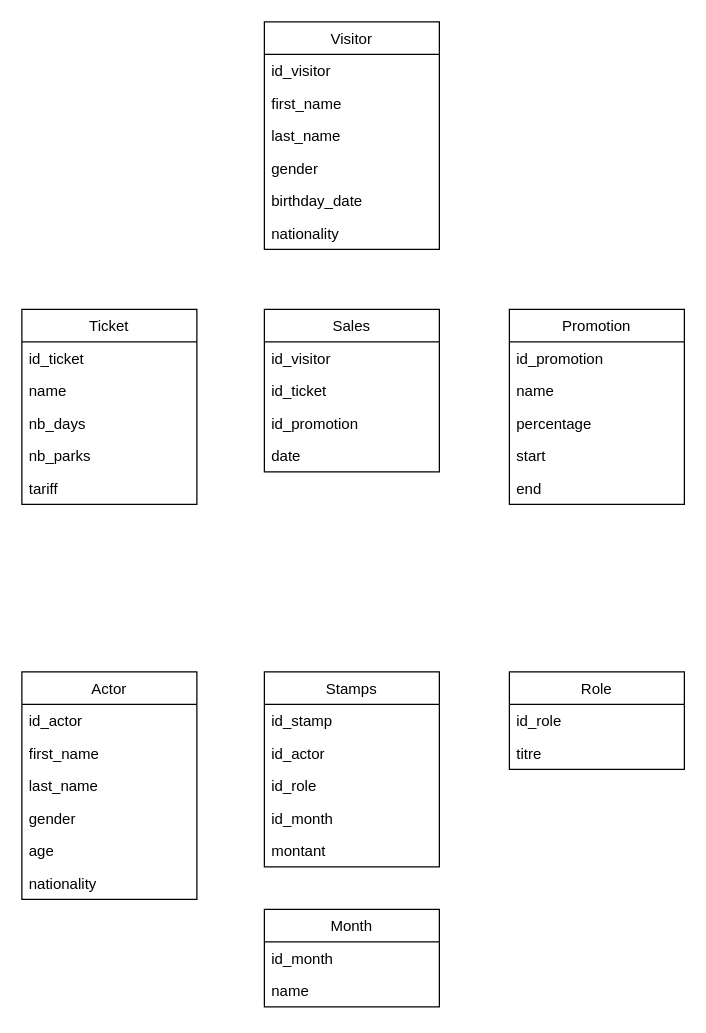
The draw.io diagram HMIN122M-EDBD/Section7-Technologies_du_Big-Data/MapReduce/Sales.drawio in Alex-Overlord/AIGLE-M1-S1, before the edit. Source tidied: cells renumbered, new cells numbered last; positions are measured from the earlier drawing's top-left corner, leaving out a move shared by most shapes. Both pictures are drawn from the tidied source at 125%, with x=0, y=0 at pixel (21, 21).
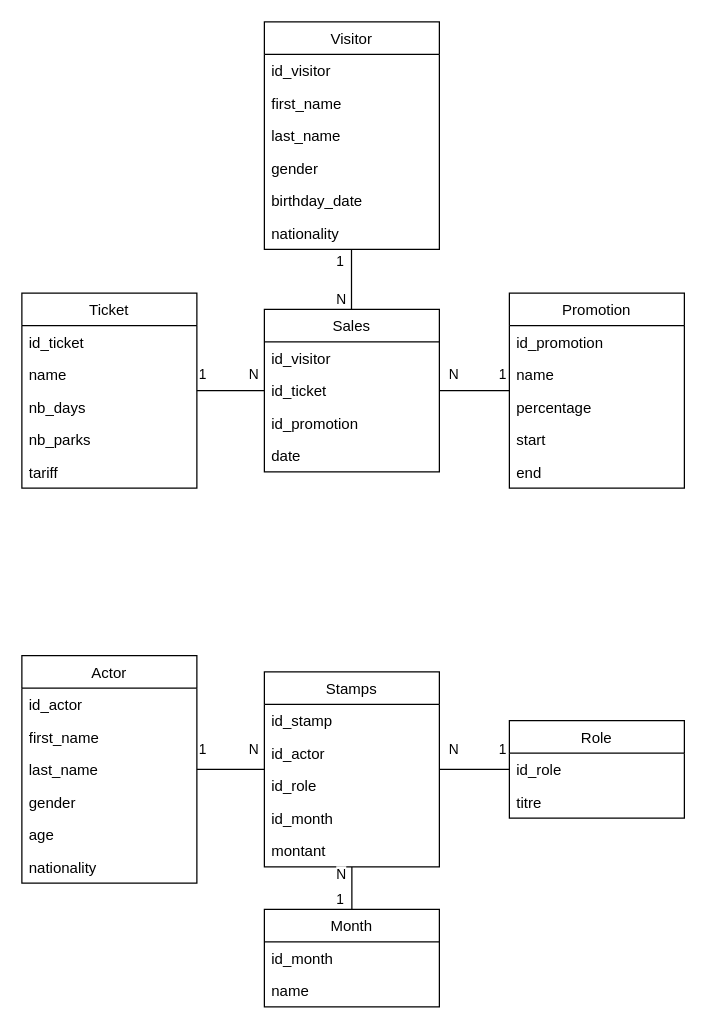
The same page after the edit.

The change refers to these unchanged cells:
```xml
<mxCell id="2" value="Sales" style="swimlane;fontStyle=0;horizontal=1;startSize=26;fillColor=none;" parent="1" vertex="1">
  <mxGeometry x="194" y="230" width="140" height="130" as="geometry" />
</mxCell>
<mxCell id="19" value="Visitor" style="swimlane;fontStyle=0;horizontal=1;startSize=26;fillColor=none;" parent="1" vertex="1">
  <mxGeometry x="194" width="140" height="182" as="geometry" />
</mxCell>
<mxCell id="26" value="Stamps" style="swimlane;fontStyle=0;horizontal=1;startSize=26;fillColor=none;" parent="1" vertex="1">
  <mxGeometry x="194" y="520" width="140" height="156" as="geometry" />
</mxCell>
<mxCell id="42" value="Month" style="swimlane;fontStyle=0;horizontal=1;startSize=26;fillColor=none;" parent="1" vertex="1">
  <mxGeometry x="194" y="710" width="140" height="78" as="geometry" />
</mxCell>
```

Change to the diagram source:
```diff
@@
     <mxCell id="7" value="Ticket" style="swimlane;fontStyle=0;horizontal=1;startSize=26;fillColor=none;" parent="1" vertex="1">
-      <mxGeometry y="230" width="140" height="156" as="geometry" />
+      <mxGeometry y="217" width="140" height="156" as="geometry" />
     </mxCell>
@@
     <mxCell id="13" value="Promotion" style="swimlane;fontStyle=0;horizontal=1;startSize=26;fillColor=none;" parent="1" vertex="1">
-      <mxGeometry x="390" y="230" width="140" height="156" as="geometry" />
+      <mxGeometry x="390" y="217" width="140" height="156" as="geometry" />
     </mxCell>
@@
+    <mxCell id="45" style="endArrow=none;html=1;edgeStyle=orthogonalEdgeStyle;" parent="19" edge="1">
+      <mxGeometry relative="1" as="geometry">
+        <mxPoint x="69.7" y="182" as="sourcePoint" />
+        <mxPoint x="69.7" y="230" as="targetPoint" />
+      </mxGeometry>
+    </mxCell>
+    <mxCell id="46" value="1" style="edgeLabel;html=1;align=left;verticalAlign=bottom;" parent="45" vertex="1">
+      <mxGeometry x="-1" relative="1" as="geometry">
+        <mxPoint x="-13.7" y="18" as="offset" />
+      </mxGeometry>
+    </mxCell>
+    <mxCell id="47" value="N" style="edgeLabel;html=1;align=right;verticalAlign=bottom;" parent="45" vertex="1">
+      <mxGeometry x="1" relative="1" as="geometry">
+        <mxPoint x="-3.7" as="offset" />
+      </mxGeometry>
+    </mxCell>
@@
     <mxCell id="32" value="Role" style="swimlane;fontStyle=0;horizontal=1;startSize=26;fillColor=none;" parent="1" vertex="1">
-      <mxGeometry x="390" y="520" width="140" height="78" as="geometry" />
+      <mxGeometry x="390" y="559" width="140" height="78" as="geometry" />
     </mxCell>
@@
     <mxCell id="35" value="Actor" style="swimlane;fontStyle=0;horizontal=1;startSize=26;fillColor=none;" parent="1" vertex="1">
-      <mxGeometry y="520" width="140" height="182" as="geometry" />
+      <mxGeometry y="507" width="140" height="182" as="geometry" />
     </mxCell>
@@
+    <mxCell id="48" style="endArrow=none;html=1;edgeStyle=orthogonalEdgeStyle;" parent="1" edge="1" source="13" target="2">
+      <mxGeometry relative="1" as="geometry" />
+    </mxCell>
+    <mxCell id="49" value="1" style="edgeLabel;html=1;align=left;verticalAlign=bottom;" parent="48" vertex="1">
+      <mxGeometry x="-1" relative="1" as="geometry">
+        <mxPoint x="-10" y="-5" as="offset" />
+      </mxGeometry>
+    </mxCell>
+    <mxCell id="50" value="N" style="edgeLabel;html=1;align=right;verticalAlign=bottom;" parent="48" vertex="1">
+      <mxGeometry x="1" relative="1" as="geometry">
+        <mxPoint x="16" y="-5" as="offset" />
+      </mxGeometry>
+    </mxCell>
+    <mxCell id="51" style="endArrow=none;html=1;edgeStyle=orthogonalEdgeStyle;" parent="1" edge="1" source="7" target="2">
+      <mxGeometry relative="1" as="geometry" />
+    </mxCell>
+    <mxCell id="52" value="1" style="edgeLabel;html=1;align=left;verticalAlign=bottom;" parent="51" vertex="1">
+      <mxGeometry x="-1" relative="1" as="geometry">
+        <mxPoint x="0.3" y="-5" as="offset" />
+      </mxGeometry>
+    </mxCell>
+    <mxCell id="53" value="N" style="edgeLabel;html=1;align=right;verticalAlign=bottom;" parent="51" vertex="1">
+      <mxGeometry x="1" relative="1" as="geometry">
+        <mxPoint x="-4.3" y="-5" as="offset" />
+      </mxGeometry>
+    </mxCell>
+    <mxCell id="54" style="endArrow=none;html=1;edgeStyle=orthogonalEdgeStyle;" parent="1" edge="1" source="35" target="26">
+      <mxGeometry relative="1" as="geometry" />
+    </mxCell>
+    <mxCell id="55" value="1" style="edgeLabel;html=1;align=left;verticalAlign=bottom;" parent="54" vertex="1">
+      <mxGeometry x="-1" relative="1" as="geometry">
+        <mxPoint y="-8" as="offset" />
+      </mxGeometry>
+    </mxCell>
+    <mxCell id="56" value="N" style="edgeLabel;html=1;align=right;verticalAlign=bottom;" parent="54" vertex="1">
+      <mxGeometry x="1" relative="1" as="geometry">
+        <mxPoint x="-4.3" y="-8" as="offset" />
+      </mxGeometry>
+    </mxCell>
+    <mxCell id="57" style="endArrow=none;html=1;edgeStyle=orthogonalEdgeStyle;" parent="1" edge="1" source="32" target="26">
+      <mxGeometry relative="1" as="geometry" />
+    </mxCell>
+    <mxCell id="58" value="1" style="edgeLabel;html=1;align=left;verticalAlign=bottom;" parent="57" vertex="1">
+      <mxGeometry x="-1" relative="1" as="geometry">
+        <mxPoint x="-10" y="-8" as="offset" />
+      </mxGeometry>
+    </mxCell>
+    <mxCell id="59" value="N" style="edgeLabel;html=1;align=right;verticalAlign=bottom;" parent="57" vertex="1">
+      <mxGeometry x="1" relative="1" as="geometry">
+        <mxPoint x="16" y="-8" as="offset" />
+      </mxGeometry>
+    </mxCell>
+    <mxCell id="60" style="endArrow=none;html=1;edgeStyle=orthogonalEdgeStyle;" parent="1" edge="1" source="42" target="26">
+      <mxGeometry relative="1" as="geometry" />
+    </mxCell>
+    <mxCell id="61" value="1" style="edgeLabel;html=1;align=left;verticalAlign=bottom;" parent="60" vertex="1">
+      <mxGeometry x="-1" relative="1" as="geometry">
+        <mxPoint x="-14" as="offset" />
+      </mxGeometry>
+    </mxCell>
+    <mxCell id="62" value="N" style="edgeLabel;html=1;align=right;verticalAlign=bottom;" parent="60" vertex="1">
+      <mxGeometry x="1" relative="1" as="geometry">
+        <mxPoint x="-4" y="14.3" as="offset" />
+      </mxGeometry>
+    </mxCell>
```
